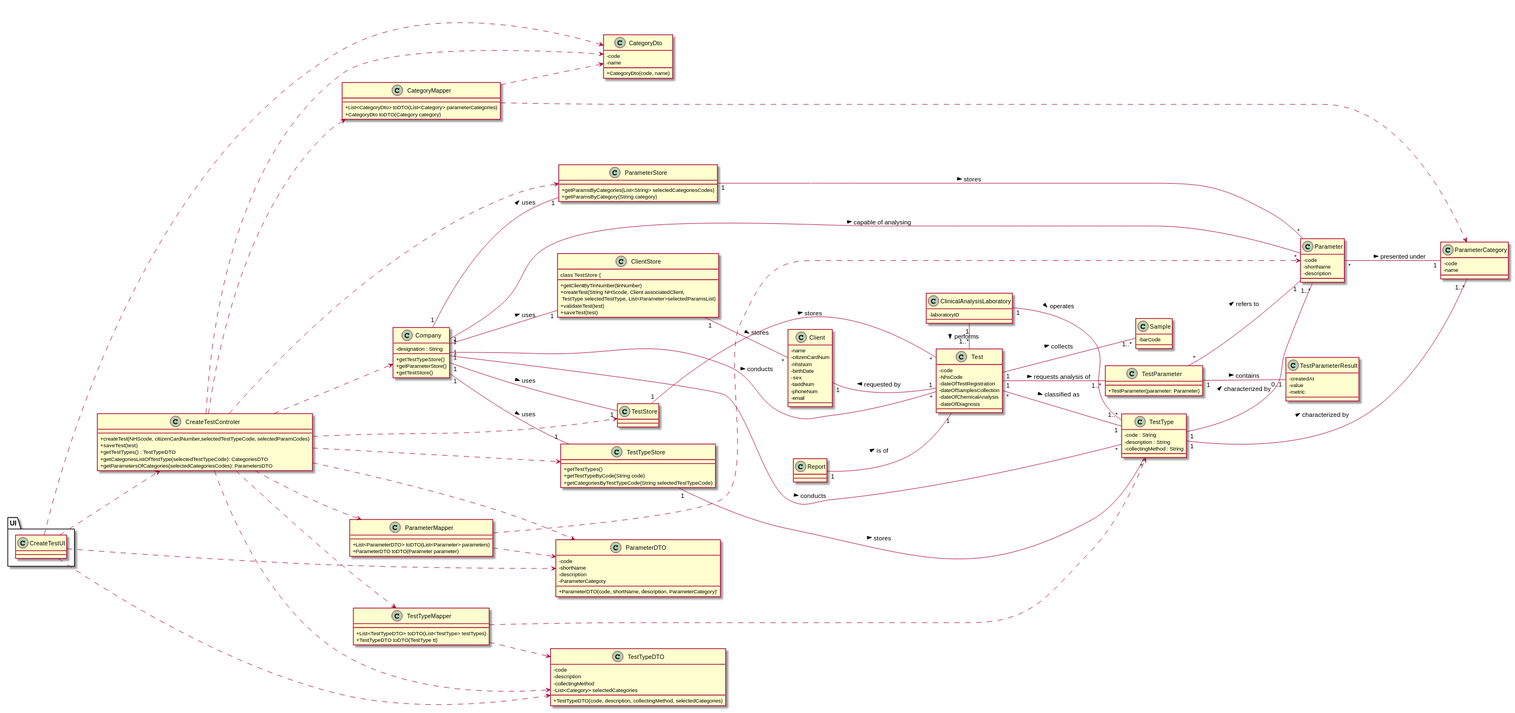
Above: docs/SprintC/US_4/US4_CD.svg in ana-albergaria/LAPR2-ISEP (PlantUML), before the change.
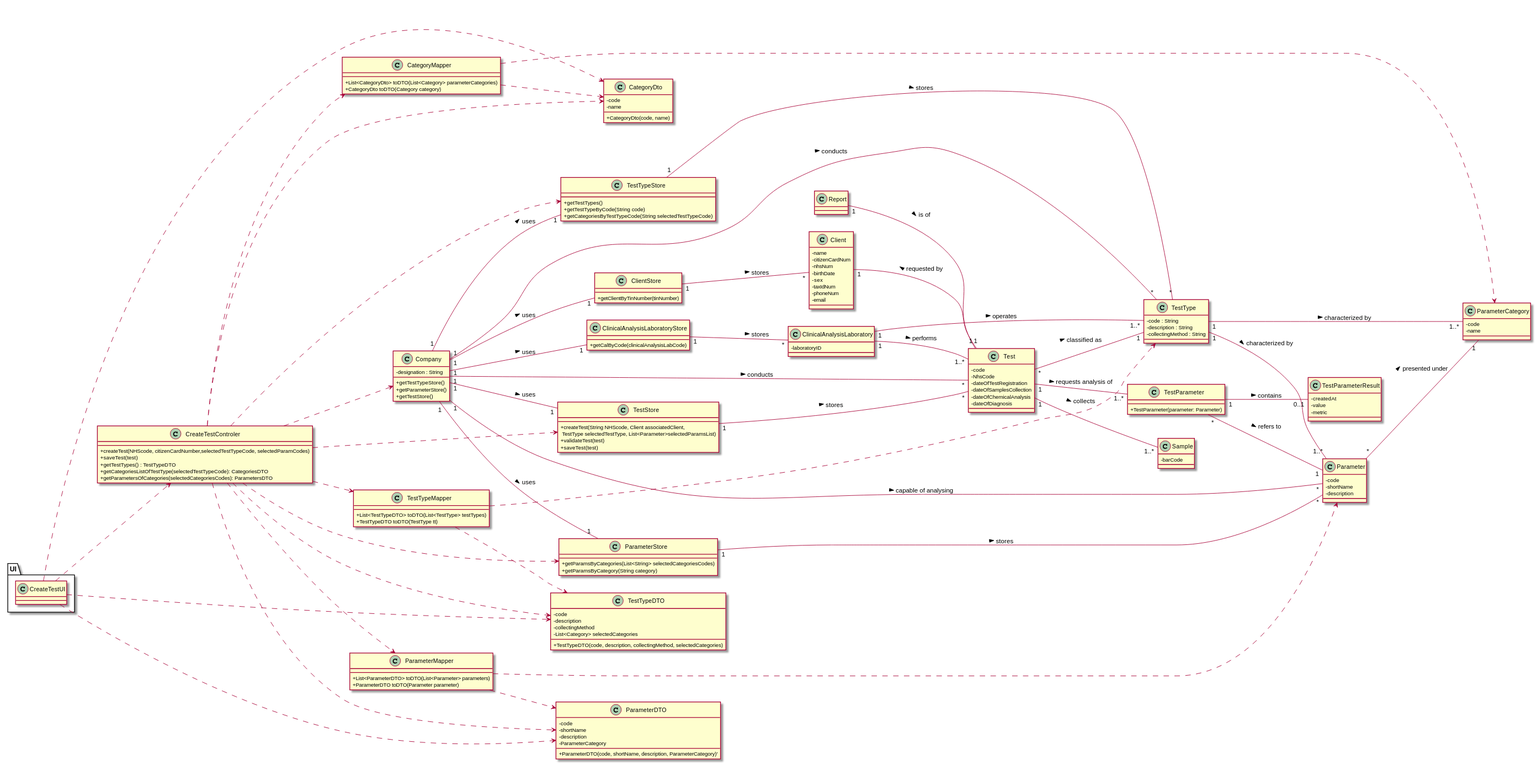
The same diagram one commit later.

Change to the diagram source:
```diff
@@ -80,14 +80,19 @@
                +getCategoriesByTestTypeCode(String selectedTestTypeCode)
             }
 
-    class ClientStore {
-       +getClientByTinNumber(tinNumber)
+        class ClientStore {
+           +getClientByTinNumber(tinNumber)
+        }
 
 
         class TestStore {
             +createTest(String NHScode, Client associatedClient,\n TestType selectedTestType, List<Parameter>selectedParamsList)
             +validateTest(test)
             +saveTest(test)
+        }
+
+        class ClinicalAnalysisLaboratoryStore {
+            +getCalByCode(clinicalAnalysisLabCode)
         }
 
 
@@ -164,10 +169,12 @@
 ClientStore "1" -- "*" Client : stores >
 TestStore "1" -- "*" Test : stores >
 ParameterStore "1" -- "*" Parameter : stores >
+ClinicalAnalysisLaboratoryStore "1" -- "*" ClinicalAnalysisLaboratory : stores >
 Company "1" -- "1" ParameterStore : uses >
 Company "1" -- "1" TestTypeStore : uses >
 Company "1" -- "1" TestStore : uses >
 Company "1" -- "1" ClientStore : uses >
+Company "1" -- "1" ClinicalAnalysisLaboratoryStore : uses >
 TestType "1" -- "1..*" Parameter : characterized by >
 Company "1" -- "*" TestType : conducts >
 Company "1" -- "*" Test : conducts >
```
